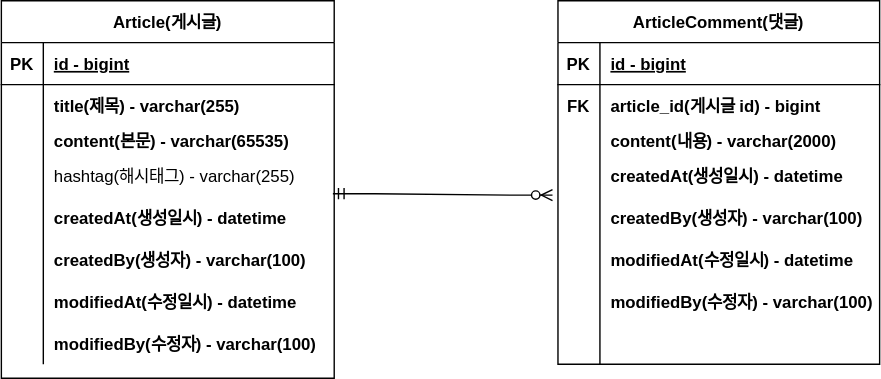
Above: document/project-board-ERD.svg in Anyohan/project-board-spring (draw.io), before the change. Source tidied: cells renumbered, new cells last; positions are measured from the earlier drawing's top-left corner, leaving out a move shared by most shapes.
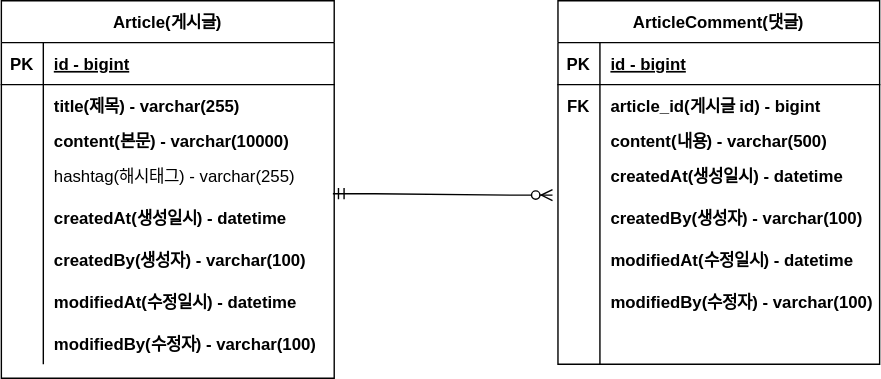
The same file after the commit.

Commit message:
#9 - ERD업데이트: content 사이즈 변경

Change to the diagram source:
```diff
@@ -29,7 +29,7 @@
     <mxCell id="10" style="shape=partialRectangle;fillColor=none;top=0;left=0;bottom=0;right=0;overflow=hidden;" parent="9" vertex="1">
       <mxGeometry width="30" height="20" as="geometry" />
     </mxCell>
-    <mxCell id="11" value="content(본문) - varchar(65535)" style="shape=partialRectangle;fillColor=none;top=0;left=0;bottom=0;right=0;align=left;spacingLeft=6;overflow=hidden;fontStyle=1;" parent="9" vertex="1">
+    <mxCell id="11" value="content(본문) - varchar(10000)" style="shape=partialRectangle;fillColor=none;top=0;left=0;bottom=0;right=0;align=left;spacingLeft=6;overflow=hidden;fontStyle=1;" parent="9" vertex="1">
       <mxGeometry x="30" width="208" height="20" as="geometry" />
     </mxCell>
     <mxCell id="12" style="shape=tableRow;horizontal=0;startSize=0;swimlaneHead=0;swimlaneBody=0;fillColor=none;points=[[0,0.5],[1,0.5]];portConstraint=eastwest;top=0;left=0;right=0;bottom=0;" parent="2" vertex="1">
@@ -104,7 +104,7 @@
     <mxCell id="35" style="shape=partialRectangle;fillColor=none;top=0;left=0;bottom=0;right=0;overflow=hidden;" parent="34" vertex="1">
       <mxGeometry width="30" height="20" as="geometry" />
     </mxCell>
-    <mxCell id="36" value="content(내용) - varchar(2000)" style="shape=partialRectangle;fillColor=none;top=0;left=0;bottom=0;right=0;align=left;spacingLeft=6;overflow=hidden;fontStyle=1;" parent="34" vertex="1">
+    <mxCell id="36" value="content(내용) - varchar(500)" style="shape=partialRectangle;fillColor=none;top=0;left=0;bottom=0;right=0;align=left;spacingLeft=6;overflow=hidden;fontStyle=1;" parent="34" vertex="1">
       <mxGeometry x="30" width="200" height="20" as="geometry" />
     </mxCell>
     <mxCell id="37" style="shape=tableRow;horizontal=0;startSize=0;swimlaneHead=0;swimlaneBody=0;fillColor=none;points=[[0,0.5],[1,0.5]];portConstraint=eastwest;top=0;left=0;right=0;bottom=0;" parent="27" vertex="1">
```
